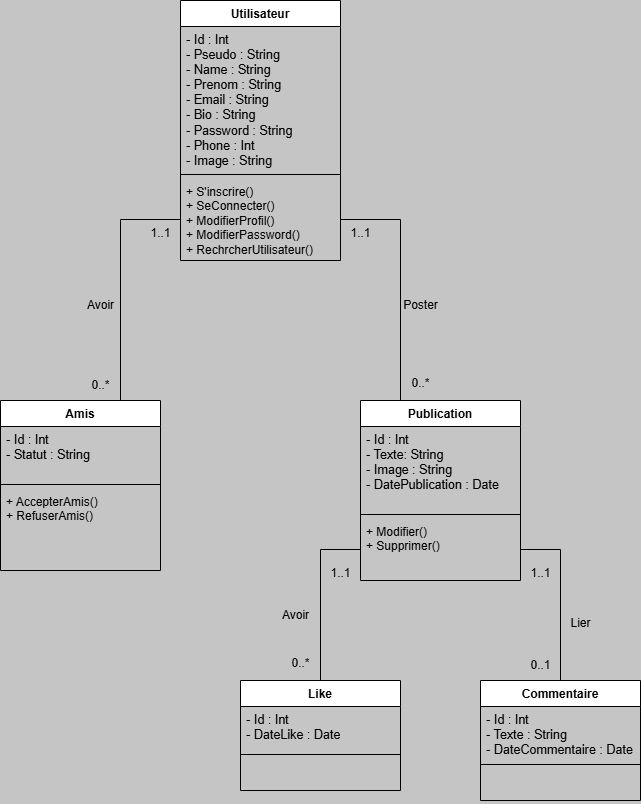
Earlier version of the draw.io export UML/Diagramme Vibe.drawio.png (houssamlambara/Plateforme_Vibe). Source tidied: cells renumbered, new cells last; positions are measured from the earlier drawing's top-left corner, leaving out a move shared by most shapes.
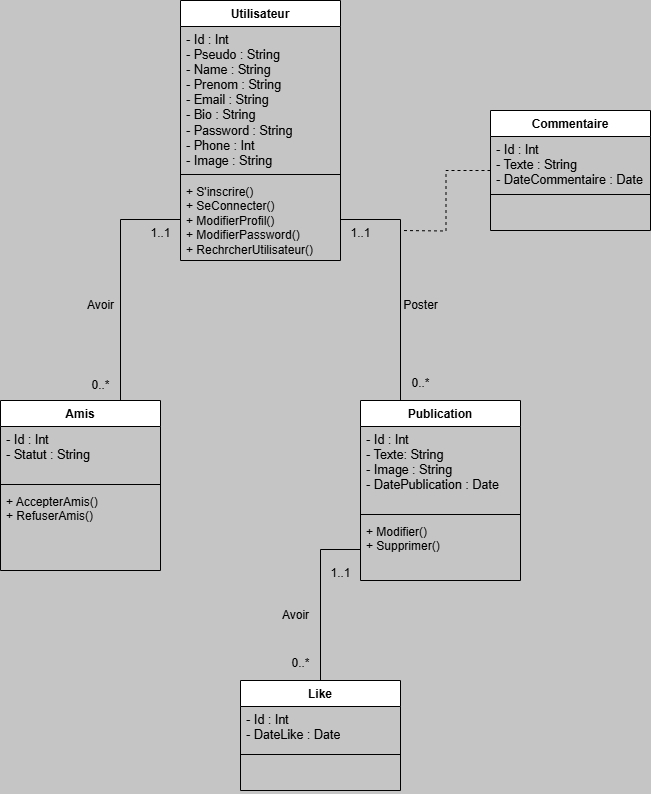
After the change.

The edit, as a diff of the source:
```diff
@@ -62,8 +62,13 @@
     <mxCell id="21" value="Avoir" style="text;html=1;align=center;verticalAlign=middle;strokeColor=none;fillColor=none;" parent="1" vertex="1">
       <mxGeometry x="75" y="290" width="50" height="30" as="geometry" />
     </mxCell>
+    <mxCell id="38" style="edgeStyle=orthogonalEdgeStyle;rounded=0;jettySize=auto;html=1;dashed=1;endArrow=none;startFill=0;" parent="1" edge="1" source="22">
+      <mxGeometry relative="1" as="geometry">
+        <mxPoint x="400" y="230" as="targetPoint" />
+      </mxGeometry>
+    </mxCell>
     <mxCell id="22" value="Commentaire" style="swimlane;fontStyle=1;align=center;verticalAlign=top;horizontal=1;startSize=26;whiteSpace=wrap;html=1;" parent="1" vertex="1">
-      <mxGeometry x="480" y="680" width="160" height="120" as="geometry" />
+      <mxGeometry x="490" y="110" width="160" height="120" as="geometry" />
     </mxCell>
     <mxCell id="23" value="&lt;pre style=&quot;font-family: var(--ds-font-family-code); overflow: auto; padding: calc(var(--ds-md-zoom)*8px)calc(var(--ds-md-zoom)*12px); text-wrap-mode: wrap; word-break: break-all; font-size: 12.573px; margin-top: 0px !important; margin-bottom: 0px !important;&quot;&gt;&lt;font style=&quot;color: rgb(0, 0, 0);&quot;&gt;- Id : Int  &lt;/font&gt;&lt;/pre&gt;&lt;pre style=&quot;font-family: var(--ds-font-family-code); overflow: auto; padding: calc(var(--ds-md-zoom)*8px)calc(var(--ds-md-zoom)*12px); text-wrap-mode: wrap; word-break: break-all; font-size: 12.573px; margin-top: 0px !important; margin-bottom: 0px !important;&quot;&gt;&lt;font style=&quot;color: rgb(0, 0, 0);&quot;&gt;- Texte : String&lt;/font&gt;&lt;/pre&gt;&lt;pre style=&quot;font-family: var(--ds-font-family-code); overflow: auto; padding: calc(var(--ds-md-zoom)*8px)calc(var(--ds-md-zoom)*12px); text-wrap-mode: wrap; word-break: break-all; font-size: 12.573px; margin-top: 0px !important; margin-bottom: 0px !important;&quot;&gt;- DateCommentaire : Date&lt;/pre&gt;&lt;pre style=&quot;font-family: var(--ds-font-family-code); overflow: auto; padding: calc(var(--ds-md-zoom)*8px)calc(var(--ds-md-zoom)*12px); text-wrap-mode: wrap; word-break: break-all; font-size: 12.573px; margin-top: 0px !important; margin-bottom: 0px !important;&quot;&gt;&lt;br&gt;&lt;/pre&gt;" style="text;strokeColor=none;fillColor=none;align=left;verticalAlign=top;spacingLeft=4;spacingRight=4;overflow=hidden;whiteSpace=wrap;html=1;" parent="22" vertex="1">
       <mxGeometry y="26" width="160" height="54" as="geometry" />
@@ -89,9 +94,6 @@
     <mxCell id="30" style="edgeStyle=orthogonalEdgeStyle;rounded=0;jettySize=auto;html=1;endArrow=none;endFill=1;startFill=0;" parent="1" edge="1" source="13" target="26">
       <mxGeometry relative="1" as="geometry" />
     </mxCell>
-    <mxCell id="31" style="edgeStyle=orthogonalEdgeStyle;rounded=0;jettySize=auto;html=1;entryX=0.5;entryY=0;entryDx=0;entryDy=0;endArrow=none;startFill=0;" parent="1" edge="1" source="13" target="22">
-      <mxGeometry relative="1" as="geometry" />
-    </mxCell>
     <mxCell id="32" value="0..*" style="text;html=1;align=center;verticalAlign=middle;strokeColor=none;fillColor=none;" parent="1" vertex="1">
       <mxGeometry x="280" y="648" width="40" height="30" as="geometry" />
     </mxCell>
@@ -101,14 +103,5 @@
     <mxCell id="34" value="Avoir" style="text;html=1;align=center;verticalAlign=middle;strokeColor=none;fillColor=none;" parent="1" vertex="1">
       <mxGeometry x="270" y="600" width="50" height="30" as="geometry" />
     </mxCell>
-    <mxCell id="35" value="0..1" style="text;html=1;align=center;verticalAlign=middle;strokeColor=none;fillColor=none;" parent="1" vertex="1">
-      <mxGeometry x="520" y="650" width="40" height="30" as="geometry" />
-    </mxCell>
-    <mxCell id="36" value="1..1" style="text;html=1;align=center;verticalAlign=middle;strokeColor=none;fillColor=none;" parent="1" vertex="1">
-      <mxGeometry x="520" y="558" width="40" height="30" as="geometry" />
-    </mxCell>
-    <mxCell id="37" value="Lier" style="text;html=1;align=center;verticalAlign=middle;strokeColor=none;fillColor=none;" parent="1" vertex="1">
-      <mxGeometry x="560" y="608" width="40" height="30" as="geometry" />
-    </mxCell>
   </root>
 </mxGraphModel>
```
